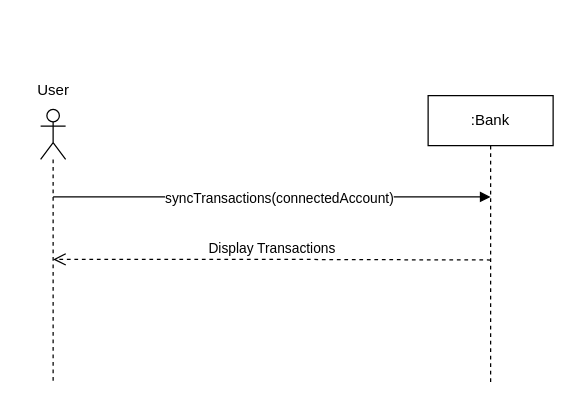
Earlier version of the draw.io diagram page "Sync Transaction" (4 of 15) of SmartFin Systems Sequence Diagram.drawio (FavioJasso/CMP-280). Source tidied: cells renumbered, new cells numbered last; positions are measured from the earlier drawing's top-left corner, leaving out a move shared by most shapes. Both pictures are drawn from the tidied source at 125%, with x=0, y=0 at pixel (21, 71).
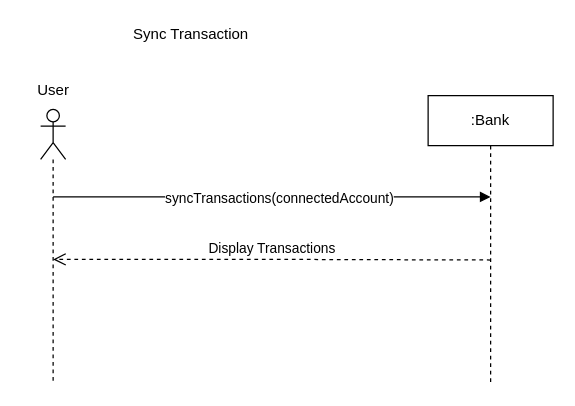
The same diagram, later.

Change to the diagram source:
```diff
@@
 <mxGraphModel>
   <root>
     <mxCell id="0" />
     <mxCell id="1" parent="0" />
     <mxCell id="2" value=":Bank" style="shape=umlLifeline;perimeter=lifelinePerimeter;whiteSpace=wrap;html=1;" parent="1" vertex="1">
       <mxGeometry x="325" y="19" width="100" height="231" as="geometry" />
     </mxCell>
     <mxCell id="3" style="shape=umlLifeline;participant=umlActor;perimeter=lifelinePerimeter;whiteSpace=wrap;html=1;verticalAlign=top;spacingTop=36;" parent="1" vertex="1">
       <mxGeometry x="15" y="30" width="20" height="220" as="geometry" />
     </mxCell>
     <mxCell id="4" value="User" style="text;html=1;align=center;verticalAlign=middle;strokeColor=none;fillColor=none;" parent="1" vertex="1">
       <mxGeometry width="50" height="30" as="geometry" />
     </mxCell>
     <mxCell id="5" style="endArrow=block;endFill=1;html=1;edgeStyle=orthogonalEdgeStyle;align=left;verticalAlign=top;rounded=0;" parent="1" edge="1">
       <mxGeometry x="-1" relative="1" as="geometry">
         <mxPoint x="25" y="100" as="sourcePoint" />
         <mxPoint x="375" y="100" as="targetPoint" />
       </mxGeometry>
     </mxCell>
     <mxCell id="6" value="syncTransactions(connectedAccount)" style="edgeLabel;html=1;align=center;verticalAlign=middle;" parent="5" vertex="1">
       <mxGeometry x="-0.15" y="-4" relative="1" as="geometry">
         <mxPoint x="31" y="-4" as="offset" />
       </mxGeometry>
     </mxCell>
     <mxCell id="7" value="Display Transactions" style="html=1;verticalAlign=bottom;endArrow=open;dashed=1;endSize=8;rounded=0;" parent="1" edge="1">
       <mxGeometry relative="1" as="geometry">
         <mxPoint x="375" y="150.5" as="sourcePoint" />
         <mxPoint x="25" y="150" as="targetPoint" />
         <Array as="points">
           <mxPoint x="200.5" y="150" />
         </Array>
       </mxGeometry>
     </mxCell>
+    <mxCell id="8" value="Sync Transaction" style="text;html=1;align=center;verticalAlign=middle;strokeColor=none;fillColor=none;" parent="1" vertex="1">
+      <mxGeometry x="80" y="-40" width="110" height="20" as="geometry" />
+    </mxCell>
   </root>
 </mxGraphModel>
```
